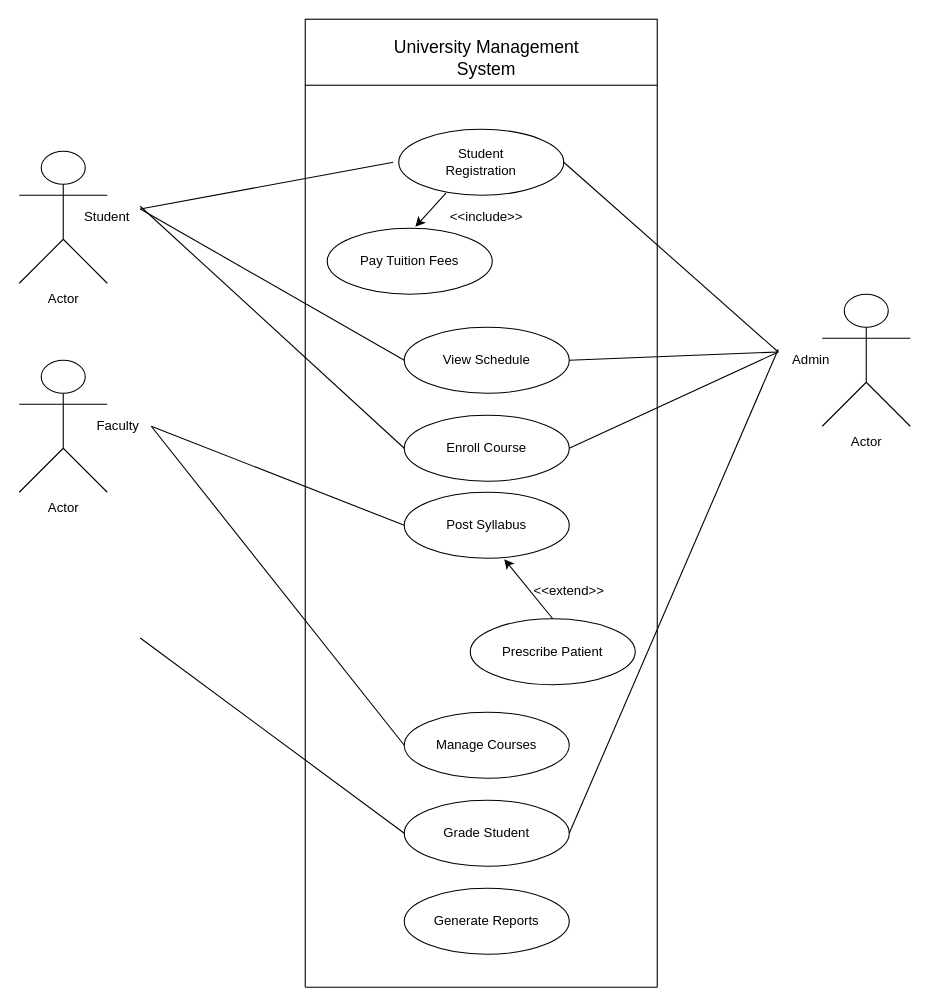
This is usecase_university.drawio from mdarslan7/sepm_lab_diagrams, a draw.io file, before an edit. Source tidied: cells renumbered, new cells numbered last; positions are measured from the earlier drawing's top-left corner, leaving out a move shared by most shapes. Both pictures are drawn from the tidied source at 110%, with x=0, y=0 at pixel (19, 19).
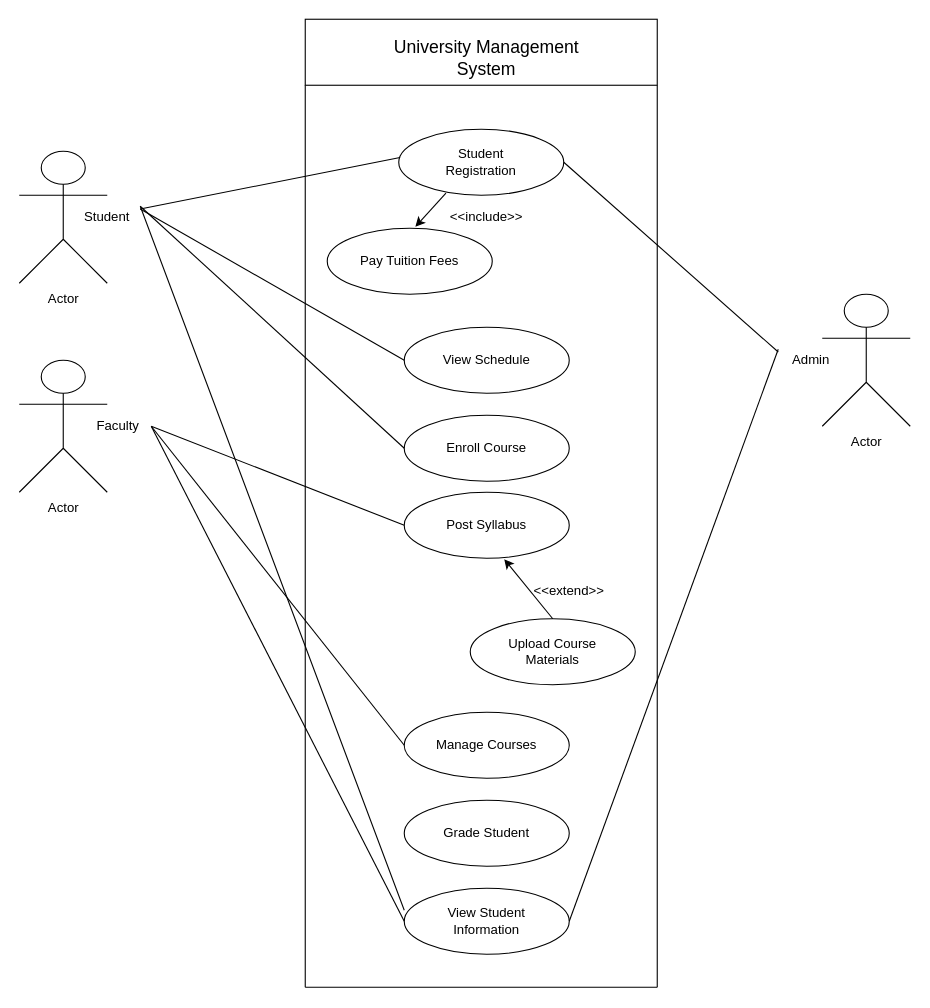
Above is the later version.

Unchanged cells that the change refers to:
```xml
<mxCell id="7" value="Student" style="text;html=1;align=center;verticalAlign=middle;whiteSpace=wrap;rounded=0;" parent="1" vertex="1">
  <mxGeometry x="50" y="165" width="60" height="30" as="geometry" />
</mxCell>
<mxCell id="9" value="Faculty" style="text;html=1;align=center;verticalAlign=middle;whiteSpace=wrap;rounded=0;" parent="1" vertex="1">
  <mxGeometry x="60" y="355" width="60" height="30" as="geometry" />
</mxCell>
<mxCell id="11" value="Admin" style="text;html=1;align=center;verticalAlign=middle;whiteSpace=wrap;rounded=0;" parent="1" vertex="1">
  <mxGeometry x="690" y="295" width="60" height="30" as="geometry" />
</mxCell>
<mxCell id="12" value="Student&lt;br&gt;Registration" style="ellipse;whiteSpace=wrap;html=1;" parent="1" vertex="1">
  <mxGeometry x="345" y="100" width="150" height="60" as="geometry" />
</mxCell>
<mxCell id="13" value="View Schedule" style="ellipse;whiteSpace=wrap;html=1;" parent="1" vertex="1">
  <mxGeometry x="350" y="280" width="150" height="60" as="geometry" />
</mxCell>
<mxCell id="14" value="Enroll Course" style="ellipse;whiteSpace=wrap;html=1;" parent="1" vertex="1">
  <mxGeometry x="350" y="360" width="150" height="60" as="geometry" />
</mxCell>
<mxCell id="18" value="Grade Student" style="ellipse;whiteSpace=wrap;html=1;" parent="1" vertex="1">
  <mxGeometry x="350" y="710" width="150" height="60" as="geometry" />
</mxCell>
```

What changed in the source:
```diff
@@
-    <mxCell id="16" value="Prescribe Patient" style="ellipse;whiteSpace=wrap;html=1;" parent="1" vertex="1">
+    <mxCell id="16" value="Upload Course&lt;br&gt;Materials" style="ellipse;whiteSpace=wrap;html=1;" parent="1" vertex="1">
       <mxGeometry x="410" y="545" width="150" height="60" as="geometry" />
     </mxCell>
@@
-    <mxCell id="19" value="Generate Reports" style="ellipse;whiteSpace=wrap;html=1;" parent="1" vertex="1">
+    <mxCell id="19" value="View Student&lt;br&gt;Information" style="ellipse;whiteSpace=wrap;html=1;" parent="1" vertex="1">
       <mxGeometry x="350" y="790" width="150" height="60" as="geometry" />
     </mxCell>
@@
-    <mxCell id="21" style="endArrow=none;html=1;rounded=0;exitX=1;exitY=0.25;exitDx=0;exitDy=0;" parent="1" edge="1" source="7">
-      <mxGeometry relative="1" as="geometry">
-        <mxPoint x="340" y="130" as="targetPoint" />
-      </mxGeometry>
+    <mxCell id="21" style="endArrow=none;html=1;rounded=0;exitX=1;exitY=0.25;exitDx=0;exitDy=0;entryX=0.008;entryY=0.428;entryDx=0;entryDy=0;entryPerimeter=0;" parent="1" edge="1" source="7" target="12">
+      <mxGeometry relative="1" as="geometry" />
     </mxCell>
@@
-    <mxCell id="30" style="endArrow=none;html=1;rounded=0;exitX=1;exitY=0.5;exitDx=0;exitDy=0;entryX=0;entryY=0.5;entryDx=0;entryDy=0;" parent="1" edge="1" target="18">
-      <mxGeometry relative="1" as="geometry">
-        <mxPoint x="110" y="562.5" as="sourcePoint" />
-      </mxGeometry>
+    <mxCell id="30" style="endArrow=none;html=1;rounded=0;exitX=1;exitY=0.5;exitDx=0;exitDy=0;entryX=0;entryY=0.5;entryDx=0;entryDy=0;" parent="1" edge="1" source="9" target="19">
+      <mxGeometry relative="1" as="geometry" />
     </mxCell>
@@
-    <mxCell id="32" style="endArrow=none;html=1;rounded=0;entryX=1;entryY=0.5;entryDx=0;entryDy=0;exitX=0;exitY=0.25;exitDx=0;exitDy=0;" parent="1" edge="1" source="11" target="14">
-      <mxGeometry relative="1" as="geometry" />
-    </mxCell>
-    <mxCell id="33" style="endArrow=none;html=1;rounded=0;entryX=1;entryY=0.5;entryDx=0;entryDy=0;exitX=0;exitY=0.25;exitDx=0;exitDy=0;" parent="1" edge="1" source="11" target="13">
-      <mxGeometry relative="1" as="geometry" />
-    </mxCell>
-    <mxCell id="34" style="endArrow=none;html=1;rounded=0;exitX=1;exitY=0.5;exitDx=0;exitDy=0;" parent="1" edge="1" source="18">
+    <mxCell id="34" style="endArrow=none;html=1;rounded=0;exitX=1;exitY=0.5;exitDx=0;exitDy=0;" parent="1" edge="1" source="19">
       <mxGeometry relative="1" as="geometry">
         <mxPoint x="690" y="300" as="targetPoint" />
       </mxGeometry>
     </mxCell>
@@
+    <mxCell id="36" style="endArrow=none;html=1;rounded=0;" parent="1" edge="1">
+      <mxGeometry relative="1" as="geometry">
+        <mxPoint x="110" y="170" as="sourcePoint" />
+        <mxPoint x="350" y="810" as="targetPoint" />
+      </mxGeometry>
+    </mxCell>
```
